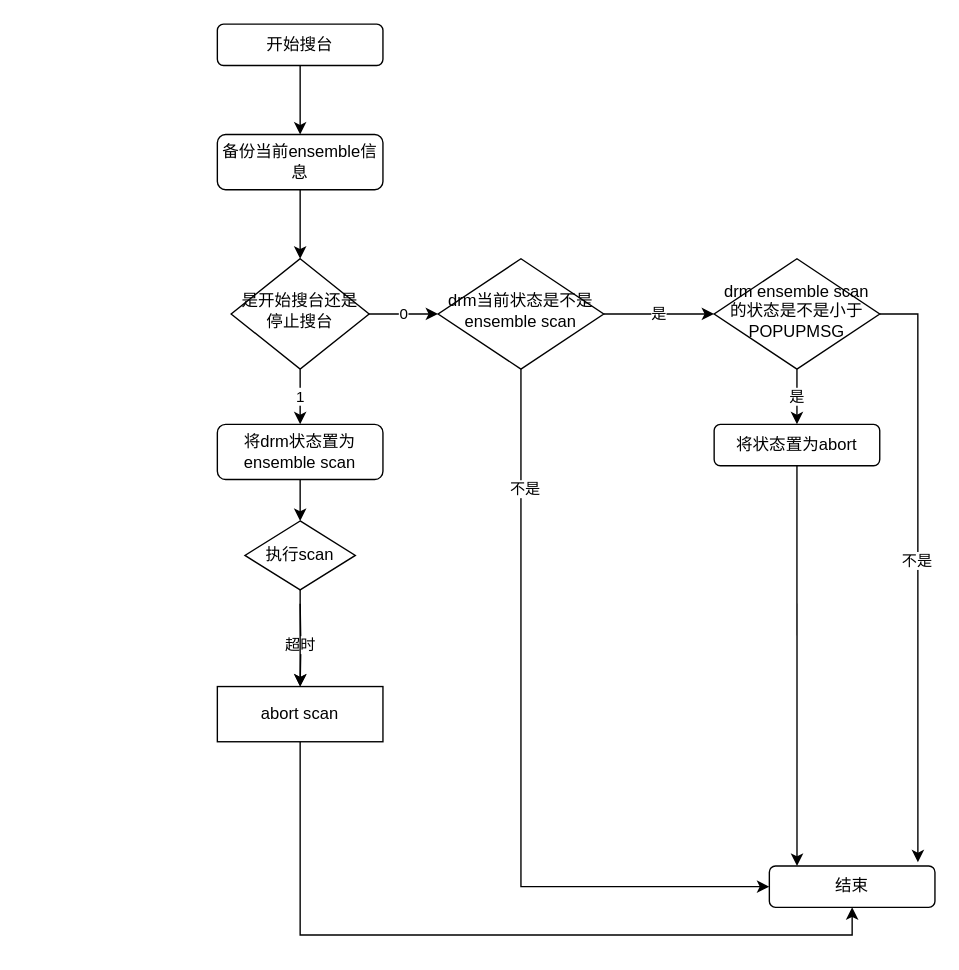
Earlier version of the draw.io diagram drm1.drawio (xuleixie/diagram). Source tidied: cells renumbered, new cells numbered last; positions are measured from the earlier drawing's top-left corner, leaving out a move shared by most shapes. Both pictures are drawn from the tidied source at 138%, with x=0, y=0 at pixel (217, 23).
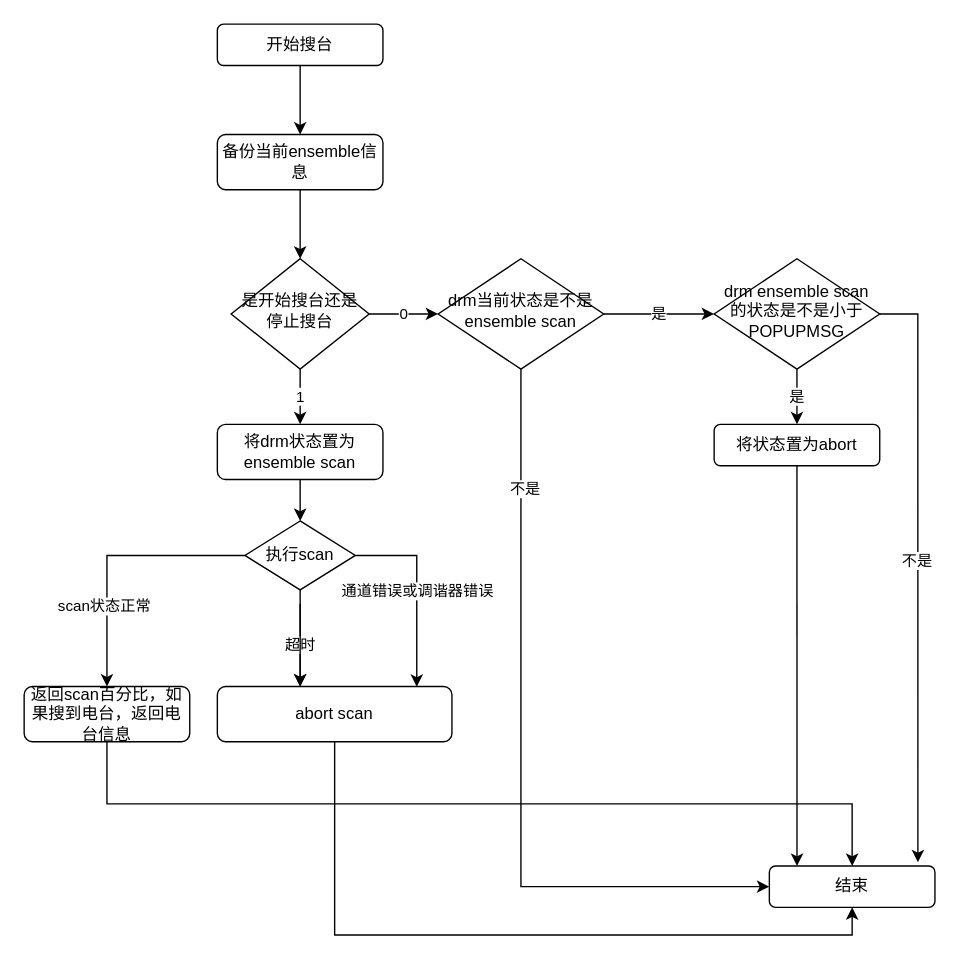
Above is the later version.

Unchanged cells that the change refers to:
```xml
<mxCell id="15" value="结束" style="rounded=1;whiteSpace=wrap;html=1;fontSize=12;glass=0;strokeWidth=1;shadow=0;" parent="1" vertex="1">
  <mxGeometry x="400" y="610" width="120" height="30" as="geometry" />
</mxCell>
```

Change to the diagram source:
```diff
@@
-    <mxCell id="22" value="超时" style="edgeStyle=orthogonalEdgeStyle;rounded=0;jettySize=auto;html=1;exitX=0.5;exitY=1;exitDx=0;exitDy=0;entryX=0.5;entryY=0;entryDx=0;entryDy=0;" parent="1" edge="1" target="24">
+    <mxCell id="22" value="超时" style="edgeStyle=orthogonalEdgeStyle;rounded=0;orthogonalLoop=1;jettySize=auto;html=1;exitX=0.5;exitY=1;exitDx=0;exitDy=0;entryX=0.5;entryY=0;entryDx=0;entryDy=0;" parent="1" edge="1">
       <mxGeometry relative="1" as="geometry">
         <mxPoint x="60" y="420" as="sourcePoint" />
+        <mxPoint x="60" y="480" as="targetPoint" />
       </mxGeometry>
     </mxCell>
+    <mxCell id="25" style="edgeStyle=orthogonalEdgeStyle;rounded=0;jettySize=auto;html=1;exitX=0.5;exitY=1;exitDx=0;exitDy=0;" parent="1" edge="1" source="26">
+      <mxGeometry relative="1" as="geometry">
+        <mxPoint x="60" y="480" as="targetPoint" />
+      </mxGeometry>
+    </mxCell>
+    <mxCell id="27" style="edgeStyle=orthogonalEdgeStyle;rounded=0;jettySize=auto;html=1;exitX=0;exitY=0.5;exitDx=0;exitDy=0;entryX=0.5;entryY=0;entryDx=0;entryDy=0;" parent="1" edge="1" source="26" target="31">
+      <mxGeometry relative="1" as="geometry" />
+    </mxCell>
+    <mxCell id="28" value="scan状态正常" style="edgeLabel;html=1;align=center;verticalAlign=middle;" parent="27" vertex="1">
+      <mxGeometry x="0.39" y="-3" relative="1" as="geometry" />
+    </mxCell>
+    <mxCell id="29" value="通道错误或调谐器错误" style="edgeStyle=orthogonalEdgeStyle;rounded=0;jettySize=auto;html=1;exitX=1;exitY=0.5;exitDx=0;exitDy=0;entryX=0.85;entryY=0.005;entryDx=0;entryDy=0;entryPerimeter=0;" parent="1" edge="1" source="26" target="24">
+      <mxGeometry relative="1" as="geometry" />
+    </mxCell>
+    <mxCell id="26" value="执行scan" style="rhombus;whiteSpace=wrap;html=1;" parent="1" vertex="1">
+      <mxGeometry x="20" y="360" width="80" height="50" as="geometry" />
+    </mxCell>
@@
-    <mxCell id="24" value="abort scan" style="whiteSpace=wrap;html=1;" parent="1" vertex="1">
-      <mxGeometry y="480" width="120" height="40" as="geometry" />
+    <mxCell id="24" value="abort scan" style="rounded=1;whiteSpace=wrap;html=1;" parent="1" vertex="1">
+      <mxGeometry y="480" width="170" height="40" as="geometry" />
     </mxCell>
-    <mxCell id="25" style="edgeStyle=orthogonalEdgeStyle;rounded=0;jettySize=auto;html=1;exitX=0.5;exitY=1;exitDx=0;exitDy=0;" parent="1" edge="1" source="26">
-      <mxGeometry relative="1" as="geometry">
-        <mxPoint x="60" y="480" as="targetPoint" />
-      </mxGeometry>
-    </mxCell>
-    <mxCell id="26" value="执行scan" style="rhombus;whiteSpace=wrap;html=1;" parent="1" vertex="1">
-      <mxGeometry x="20" y="360" width="80" height="50" as="geometry" />
-    </mxCell>
+    <mxCell id="30" style="edgeStyle=orthogonalEdgeStyle;rounded=0;jettySize=auto;html=1;exitX=0.5;exitY=1;exitDx=0;exitDy=0;" parent="1" edge="1" source="31" target="15">
+      <mxGeometry relative="1" as="geometry" />
+    </mxCell>
+    <mxCell id="31" value="返回scan百分比，如果搜到电台，返回电台信息" style="rounded=1;whiteSpace=wrap;html=1;" parent="1" vertex="1">
+      <mxGeometry x="-140" y="480" width="120" height="40" as="geometry" />
+    </mxCell>
```
